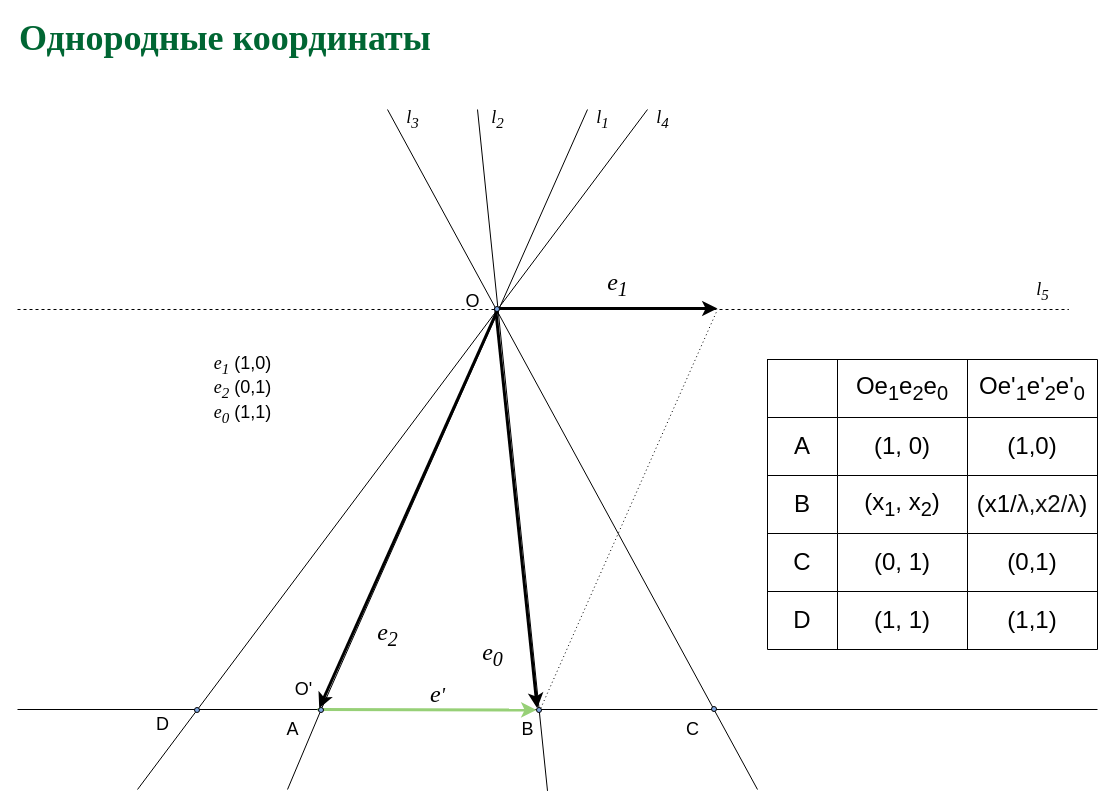
The draw.io diagram page "p19" (25 of 27) of slides/proj.drawio in amcp-pit/geom_course, before the edit. Source tidied: cells renumbered, new cells numbered last; positions are measured from the earlier drawing's top-left corner, leaving out a move shared by most shapes. Both pictures are drawn from the tidied source at 100%, with x=0, y=0 at pixel (17, 28).
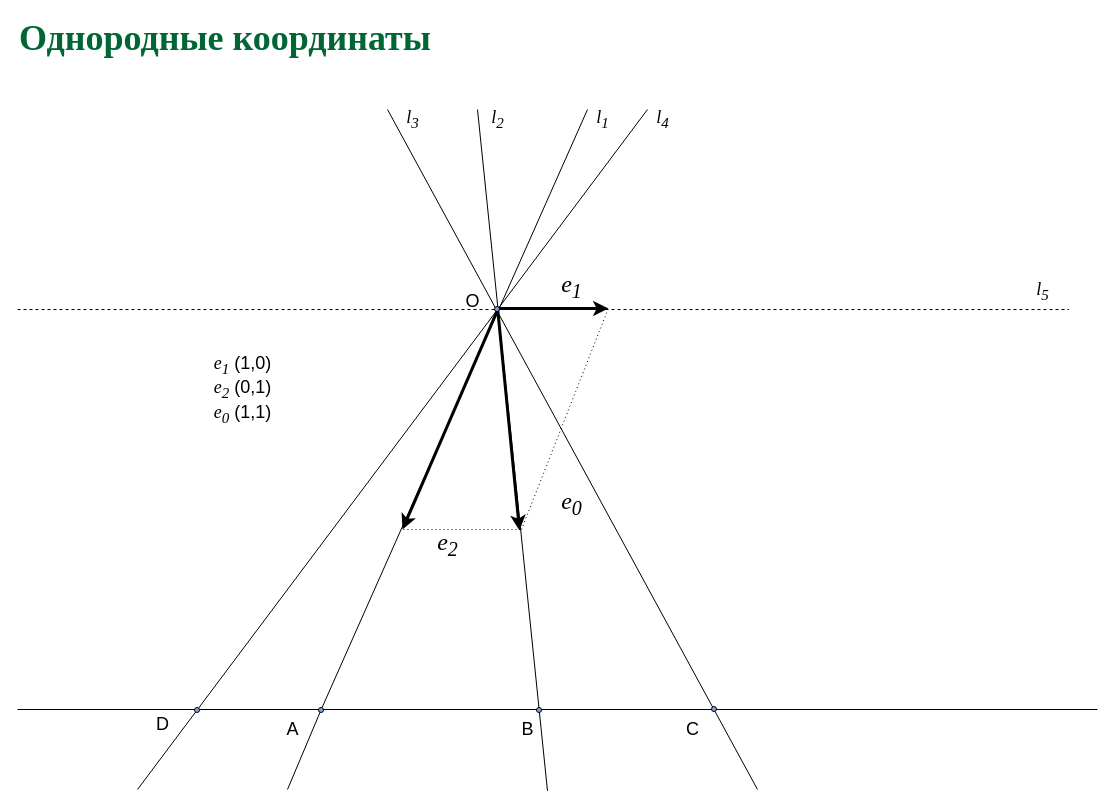
After the change.

Unchanged cells that the change refers to:
```xml
<mxCell id="12" style="ellipse;whiteSpace=wrap;html=1;fillColor=#7EA6E0;" parent="1" vertex="1">
  <mxGeometry x="519" y="679" width="5" height="5" as="geometry" />
</mxCell>
<mxCell id="18" style="ellipse;whiteSpace=wrap;html=1;fillColor=#7EA6E0;" parent="1" vertex="1">
  <mxGeometry x="477" y="278" width="5" height="5" as="geometry" />
</mxCell>
<mxCell id="34" style="ellipse;whiteSpace=wrap;html=1;fillColor=#7EA6E0;" parent="1" vertex="1">
  <mxGeometry x="301" y="679" width="5" height="5" as="geometry" />
</mxCell>
```

The edit, as a diff of the source:
```diff
@@
-    <mxCell id="2" style="endArrow=classic;html=1;strokeWidth=3;entryX=0;entryY=0;entryDx=0;entryDy=0;" parent="1" edge="1" target="12">
+    <mxCell id="2" style="endArrow=classic;html=1;strokeWidth=3;" parent="1" edge="1">
       <mxGeometry relative="1" as="geometry">
-        <mxPoint x="478" y="279" as="sourcePoint" />
+        <mxPoint x="480" y="279" as="sourcePoint" />
+        <mxPoint x="502" y="502" as="targetPoint" />
       </mxGeometry>
     </mxCell>
-    <mxCell id="3" style="endArrow=classic;html=1;strokeWidth=3;exitX=0.701;exitY=0.532;exitDx=0;exitDy=0;exitPerimeter=0;entryX=0;entryY=0;entryDx=0;entryDy=0;" parent="1" edge="1" source="18" target="34">
-      <mxGeometry relative="1" as="geometry" />
+    <mxCell id="3" style="endArrow=classic;html=1;strokeWidth=3;exitX=0.701;exitY=0.532;exitDx=0;exitDy=0;exitPerimeter=0;" parent="1" edge="1" source="18">
+      <mxGeometry relative="1" as="geometry">
+        <mxPoint x="385" y="501" as="targetPoint" />
+      </mxGeometry>
     </mxCell>
     <mxCell id="4" style="endArrow=classic;html=1;exitX=0.5;exitY=0;exitDx=0;exitDy=0;strokeWidth=3;" parent="1" edge="1">
       <mxGeometry relative="1" as="geometry">
         <mxPoint x="479.5" y="280" as="sourcePoint" />
-        <mxPoint x="700" y="280" as="targetPoint" />
+        <mxPoint x="591" y="280" as="targetPoint" />
       </mxGeometry>
     </mxCell>
@@
     <mxCell id="26" value="&lt;i&gt;&lt;font style=&quot;font-size: 24px&quot; face=&quot;Times New Roman&quot;&gt;e&lt;sub&gt;1&lt;/sub&gt;&lt;/font&gt;&lt;/i&gt;" style="text;html=1;align=center;verticalAlign=middle;" parent="1" vertex="1">
-      <mxGeometry x="580" y="241" width="40" height="30" as="geometry" />
+      <mxGeometry x="534" y="243" width="40" height="30" as="geometry" />
     </mxCell>
     <mxCell id="27" value="&lt;i&gt;&lt;font style=&quot;font-size: 24px&quot; face=&quot;Times New Roman&quot;&gt;e&lt;sub&gt;2&lt;/sub&gt;&lt;/font&gt;&lt;/i&gt;" style="text;html=1;align=center;verticalAlign=middle;" parent="1" vertex="1">
-      <mxGeometry x="350" y="591" width="40" height="30" as="geometry" />
+      <mxGeometry x="410" y="501" width="40" height="30" as="geometry" />
     </mxCell>
-    <mxCell id="28" style="endArrow=none;dashed=1;html=1;dashPattern=1 3;strokeWidth=1;exitX=1;exitY=0;exitDx=0;exitDy=0;" parent="1" edge="1" source="12">
-      <mxGeometry relative="1" as="geometry">
-        <mxPoint x="700" y="281" as="targetPoint" />
-      </mxGeometry>
-    </mxCell>
     <mxCell id="29" value="&lt;i&gt;&lt;font style=&quot;font-size: 24px&quot; face=&quot;Times New Roman&quot;&gt;e&lt;sub&gt;0&lt;/sub&gt;&lt;/font&gt;&lt;/i&gt;" style="text;html=1;align=center;verticalAlign=middle;" parent="1" vertex="1">
-      <mxGeometry x="454.5" y="611" width="40" height="30" as="geometry" />
+      <mxGeometry x="534" y="460" width="40" height="30" as="geometry" />
     </mxCell>
@@
-    <mxCell id="31" value="&lt;font style=&quot;font-size: 18px&quot;&gt;O'&lt;/font&gt;" style="text;html=1;align=center;verticalAlign=middle;" parent="1" vertex="1">
-      <mxGeometry x="271" y="651" width="30" height="20" as="geometry" />
-    </mxCell>
-    <mxCell id="32" style="endArrow=classic;html=1;strokeWidth=3;entryX=0;entryY=0.5;entryDx=0;entryDy=0;strokeColor=#97D077;" parent="1" edge="1" target="12">
-      <mxGeometry relative="1" as="geometry">
-        <mxPoint x="300" y="681" as="sourcePoint" />
-      </mxGeometry>
-    </mxCell>
-    <mxCell id="33" value="&lt;i&gt;&lt;font style=&quot;font-size: 24px&quot; face=&quot;Times New Roman&quot;&gt;e&lt;/font&gt;&lt;font style=&quot;font-size: 20px&quot; face=&quot;Times New Roman&quot;&gt;'&lt;/font&gt;&lt;/i&gt;" style="text;html=1;align=center;verticalAlign=middle;" parent="1" vertex="1">
-      <mxGeometry x="405" y="656" width="30" height="20" as="geometry" />
-    </mxCell>
@@
-    <mxCell id="35" style="shape=table;html=1;whiteSpace=wrap;startSize=0;childLayout=tableLayout;" parent="1" vertex="1">
-      <mxGeometry x="750" y="331" width="330" height="290" as="geometry" />
-    </mxCell>
-    <mxCell id="36" style="shape=partialRectangle;html=1;whiteSpace=wrap;fillColor=none;top=0;left=0;bottom=0;right=0;" parent="35" vertex="1">
-      <mxGeometry width="330" height="58" as="geometry" />
-    </mxCell>
-    <mxCell id="37" style="shape=partialRectangle;html=1;whiteSpace=wrap;overflow=hidden;fillColor=none;top=0;left=0;bottom=0;right=0;" parent="36" vertex="1">
-      <mxGeometry width="70" height="58" as="geometry" />
-    </mxCell>
-    <mxCell id="38" value="&lt;font style=&quot;font-size: 24px&quot;&gt;Oe&lt;sub&gt;1&lt;/sub&gt;e&lt;sub&gt;2&lt;/sub&gt;e&lt;sub&gt;0&lt;/sub&gt;&lt;/font&gt;" style="shape=partialRectangle;html=1;whiteSpace=wrap;overflow=hidden;fillColor=none;top=0;left=0;bottom=0;right=0;" parent="36" vertex="1">
-      <mxGeometry x="70" width="130" height="58" as="geometry" />
-    </mxCell>
-    <mxCell id="39" value="&lt;font style=&quot;font-size: 24px&quot;&gt;Oe'&lt;sub&gt;1&lt;/sub&gt;e'&lt;sub&gt;2&lt;/sub&gt;e'&lt;sub&gt;0&lt;/sub&gt;&lt;/font&gt;" style="shape=partialRectangle;html=1;whiteSpace=wrap;overflow=hidden;fillColor=none;top=0;left=0;bottom=0;right=0;" parent="36" vertex="1">
-      <mxGeometry x="200" width="130" height="58" as="geometry" />
-    </mxCell>
-    <mxCell id="40" style="shape=partialRectangle;html=1;whiteSpace=wrap;fillColor=none;top=0;left=0;bottom=0;right=0;" parent="35" vertex="1">
-      <mxGeometry y="58" width="330" height="58" as="geometry" />
-    </mxCell>
-    <mxCell id="41" value="&lt;font style=&quot;font-size: 24px&quot;&gt;A&lt;/font&gt;" style="shape=partialRectangle;html=1;whiteSpace=wrap;overflow=hidden;fillColor=none;top=0;left=0;bottom=0;right=0;" parent="40" vertex="1">
-      <mxGeometry width="70" height="58" as="geometry" />
-    </mxCell>
-    <mxCell id="42" value="&lt;font style=&quot;font-size: 24px&quot;&gt;(1, 0)&lt;/font&gt;" style="shape=partialRectangle;html=1;whiteSpace=wrap;overflow=hidden;fillColor=none;top=0;left=0;bottom=0;right=0;" parent="40" vertex="1">
-      <mxGeometry x="70" width="130" height="58" as="geometry" />
-    </mxCell>
-    <mxCell id="43" value="&lt;span style=&quot;font-size: 24px&quot;&gt;(1,0)&lt;/span&gt;" style="shape=partialRectangle;html=1;whiteSpace=wrap;overflow=hidden;fillColor=none;top=0;left=0;bottom=0;right=0;" parent="40" vertex="1">
-      <mxGeometry x="200" width="130" height="58" as="geometry" />
-    </mxCell>
-    <mxCell id="44" style="shape=partialRectangle;html=1;whiteSpace=wrap;fillColor=none;top=0;left=0;bottom=0;right=0;" parent="35" vertex="1">
-      <mxGeometry y="116" width="330" height="58" as="geometry" />
-    </mxCell>
-    <mxCell id="45" value="&lt;font style=&quot;font-size: 24px&quot;&gt;B&lt;/font&gt;" style="shape=partialRectangle;html=1;whiteSpace=wrap;overflow=hidden;fillColor=none;top=0;left=0;bottom=0;right=0;" parent="44" vertex="1">
-      <mxGeometry width="70" height="58" as="geometry" />
-    </mxCell>
-    <mxCell id="46" value="&lt;span style=&quot;font-size: 24px&quot;&gt;(x&lt;sub&gt;1&lt;/sub&gt;, x&lt;sub&gt;2&lt;/sub&gt;)&lt;/span&gt;" style="shape=partialRectangle;html=1;whiteSpace=wrap;overflow=hidden;fillColor=none;top=0;left=0;bottom=0;right=0;" parent="44" vertex="1">
-      <mxGeometry x="70" width="130" height="58" as="geometry" />
-    </mxCell>
-    <mxCell id="47" value="&lt;span style=&quot;font-size: 24px&quot;&gt;(x1/&lt;/span&gt;&lt;span style=&quot;color: rgb(17 , 17 , 17) ; font-family: &amp;#34;u0000&amp;#34; ; font-size: 24px ; background-color: rgb(255 , 255 , 255)&quot;&gt;λ,&lt;/span&gt;&lt;span style=&quot;color: rgb(17 , 17 , 17) ; font-size: 24px ; background-color: rgb(255 , 255 , 255)&quot;&gt;x2&lt;/span&gt;&lt;span style=&quot;color: rgb(17 , 17 , 17) ; font-family: &amp;#34;u0000&amp;#34; ; font-size: 24px ; background-color: rgb(255 , 255 , 255)&quot;&gt;/&lt;/span&gt;&lt;span style=&quot;color: rgb(17 , 17 , 17) ; font-family: &amp;#34;u0000&amp;#34; ; font-size: 24px ; background-color: rgb(255 , 255 , 255)&quot;&gt;λ&lt;/span&gt;&lt;span style=&quot;font-size: 24px&quot;&gt;)&lt;/span&gt;" style="shape=partialRectangle;html=1;whiteSpace=wrap;overflow=hidden;fillColor=none;top=0;left=0;bottom=0;right=0;" parent="44" vertex="1">
-      <mxGeometry x="200" width="130" height="58" as="geometry" />
-    </mxCell>
-    <mxCell id="48" style="shape=partialRectangle;html=1;whiteSpace=wrap;fillColor=none;top=0;left=0;bottom=0;right=0;" parent="35" vertex="1">
-      <mxGeometry y="174" width="330" height="58" as="geometry" />
-    </mxCell>
-    <mxCell id="49" value="&lt;font style=&quot;font-size: 24px&quot;&gt;C&lt;/font&gt;" style="shape=partialRectangle;html=1;whiteSpace=wrap;overflow=hidden;fillColor=none;top=0;left=0;bottom=0;right=0;" parent="48" vertex="1">
-      <mxGeometry width="70" height="58" as="geometry" />
-    </mxCell>
-    <mxCell id="50" value="&lt;span style=&quot;font-size: 24px&quot;&gt;(0, 1)&lt;/span&gt;" style="shape=partialRectangle;html=1;whiteSpace=wrap;overflow=hidden;fillColor=none;top=0;left=0;bottom=0;right=0;" parent="48" vertex="1">
-      <mxGeometry x="70" width="130" height="58" as="geometry" />
-    </mxCell>
-    <mxCell id="51" value="&lt;span style=&quot;font-size: 24px&quot;&gt;(0,1)&lt;/span&gt;" style="shape=partialRectangle;html=1;whiteSpace=wrap;overflow=hidden;fillColor=none;top=0;left=0;bottom=0;right=0;" parent="48" vertex="1">
-      <mxGeometry x="200" width="130" height="58" as="geometry" />
-    </mxCell>
-    <mxCell id="52" style="shape=partialRectangle;html=1;whiteSpace=wrap;fillColor=none;top=0;left=0;bottom=0;right=0;" parent="35" vertex="1">
-      <mxGeometry y="232" width="330" height="58" as="geometry" />
-    </mxCell>
-    <mxCell id="53" value="&lt;font style=&quot;font-size: 24px&quot;&gt;D&lt;/font&gt;" style="shape=partialRectangle;html=1;whiteSpace=wrap;overflow=hidden;fillColor=none;top=0;left=0;bottom=0;right=0;" parent="52" vertex="1">
-      <mxGeometry width="70" height="58" as="geometry" />
-    </mxCell>
-    <mxCell id="54" value="&lt;span style=&quot;font-size: 24px&quot;&gt;(1, 1)&lt;/span&gt;" style="shape=partialRectangle;html=1;whiteSpace=wrap;overflow=hidden;fillColor=none;top=0;left=0;bottom=0;right=0;" parent="52" vertex="1">
-      <mxGeometry x="70" width="130" height="58" as="geometry" />
-    </mxCell>
-    <mxCell id="55" value="&lt;span style=&quot;font-size: 24px&quot;&gt;(1,1)&lt;/span&gt;" style="shape=partialRectangle;html=1;whiteSpace=wrap;overflow=hidden;fillColor=none;top=0;left=0;bottom=0;right=0;" parent="52" vertex="1">
-      <mxGeometry x="200" width="130" height="58" as="geometry" />
-    </mxCell>
@@
+    <mxCell id="57" style="endArrow=none;dashed=1;html=1;dashPattern=1 3;strokeWidth=1;" parent="1" edge="1">
+      <mxGeometry relative="1" as="geometry">
+        <mxPoint x="503" y="501" as="sourcePoint" />
+        <mxPoint x="385" y="501" as="targetPoint" />
+      </mxGeometry>
+    </mxCell>
+    <mxCell id="58" style="endArrow=none;dashed=1;html=1;dashPattern=1 3;strokeWidth=1;" parent="1" edge="1">
+      <mxGeometry relative="1" as="geometry">
+        <mxPoint x="504" y="501" as="sourcePoint" />
+        <mxPoint x="590" y="282" as="targetPoint" />
+      </mxGeometry>
+    </mxCell>
```
